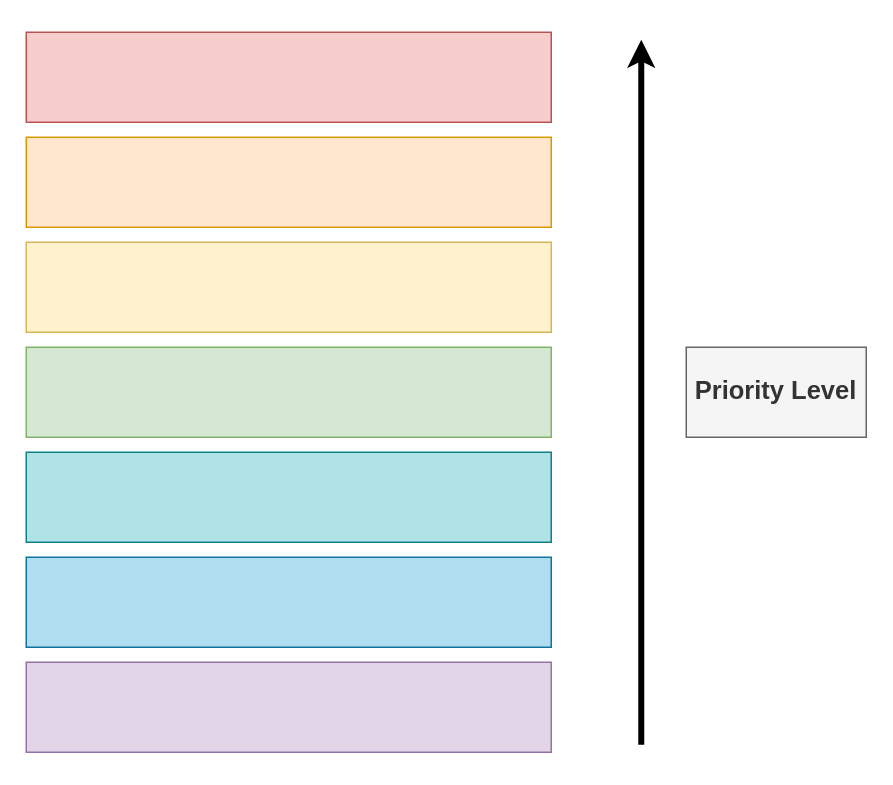
This is 3. Design/3. Software Specification/task_priority_level.drawio from esrg-silent-howl/zephyrus, a draw.io file, before an edit. Source tidied: cells renumbered, new cells numbered last; positions are measured from the earlier drawing's top-left corner, leaving out a move shared by most shapes. Both pictures are drawn from the tidied source at 150%, with x=0, y=0 at pixel (26, 32).
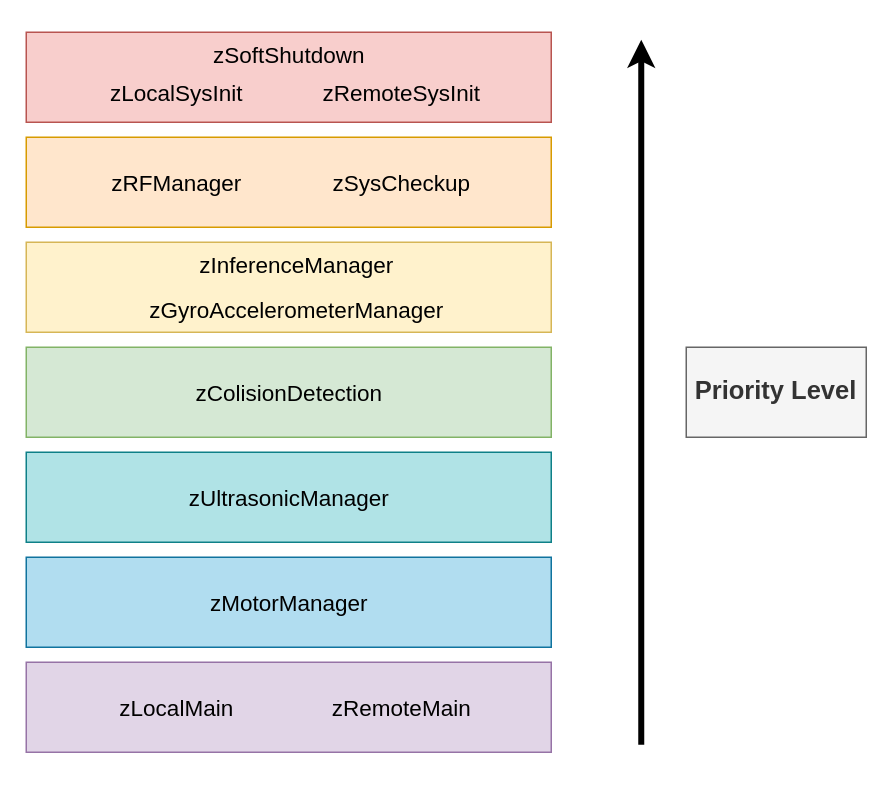
Above is the later version.

Commit message (it also covers changes not shown here):
UPDT: Task priority level

Diff of the diagram source:
```diff
@@
+    <mxCell id="11" value="zLocalSysInit" style="text;html=1;align=center;verticalAlign=middle;fontSize=15;" parent="1" vertex="1">
+      <mxGeometry x="50" y="30" width="100" height="20" as="geometry" />
+    </mxCell>
+    <mxCell id="12" value="zSysCheckup" style="text;html=1;align=center;verticalAlign=middle;fontSize=15;" parent="1" vertex="1">
+      <mxGeometry x="195" y="90" width="110" height="20" as="geometry" />
+    </mxCell>
+    <mxCell id="13" value="zGyroAccelerometerManager" style="text;html=1;align=center;verticalAlign=middle;fontSize=15;" parent="1" vertex="1">
+      <mxGeometry x="75" y="175" width="210" height="20" as="geometry" />
+    </mxCell>
+    <mxCell id="14" value="zRFManager" style="text;html=1;align=center;verticalAlign=middle;fontSize=15;" parent="1" vertex="1">
+      <mxGeometry x="50" y="90" width="100" height="20" as="geometry" />
+    </mxCell>
+    <mxCell id="15" value="zInferenceManager" style="text;html=1;align=center;verticalAlign=middle;fontSize=15;" parent="1" vertex="1">
+      <mxGeometry x="110" y="145" width="140" height="20" as="geometry" />
+    </mxCell>
+    <mxCell id="16" value="zUltrasonicManager" style="text;html=1;align=center;verticalAlign=middle;fontSize=15;" parent="1" vertex="1">
+      <mxGeometry x="100" y="300" width="150" height="20" as="geometry" />
+    </mxCell>
+    <mxCell id="17" value="zMotorManager" style="text;html=1;align=center;verticalAlign=middle;fontSize=15;" parent="1" vertex="1">
+      <mxGeometry x="115" y="370" width="120" height="20" as="geometry" />
+    </mxCell>
+    <mxCell id="18" value="zColisionDetection" style="text;html=1;align=center;verticalAlign=middle;fontSize=15;" parent="1" vertex="1">
+      <mxGeometry x="105" y="230" width="140" height="20" as="geometry" />
+    </mxCell>
+    <mxCell id="19" value="zRemoteSysInit" style="text;html=1;align=center;verticalAlign=middle;fontSize=15;" parent="1" vertex="1">
+      <mxGeometry x="190" y="30" width="120" height="20" as="geometry" />
+    </mxCell>
+    <mxCell id="20" value="zLocalMain" style="text;html=1;align=center;verticalAlign=middle;fontSize=15;" parent="1" vertex="1">
+      <mxGeometry x="55" y="440" width="90" height="20" as="geometry" />
+    </mxCell>
+    <mxCell id="21" value="zRemoteMain" style="text;html=1;align=center;verticalAlign=middle;fontSize=15;" parent="1" vertex="1">
+      <mxGeometry x="195" y="440" width="110" height="20" as="geometry" />
+    </mxCell>
+    <mxCell id="22" value="zSoftShutdown" style="text;html=1;align=center;verticalAlign=middle;fontSize=15;" parent="1" vertex="1">
+      <mxGeometry x="115" y="5" width="120" height="20" as="geometry" />
+    </mxCell>
```
